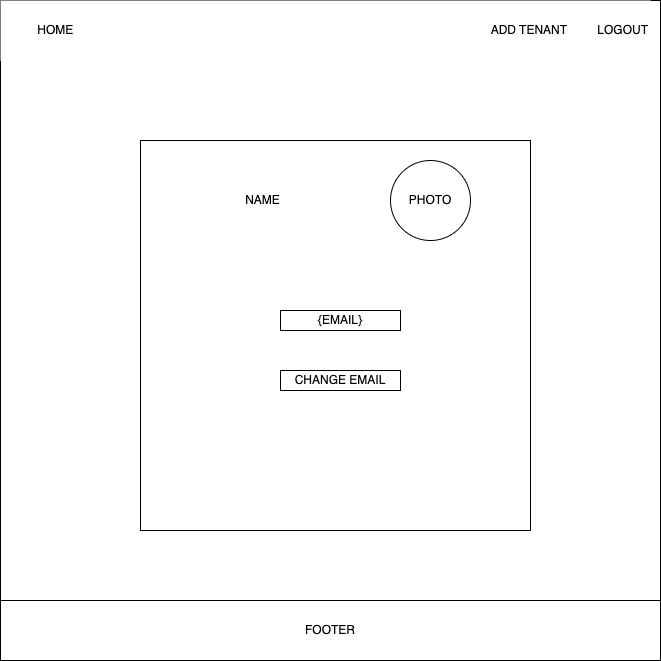
Earlier version of the draw.io export wireframes/profile.drawio.png (mHaines9219/ShelterHelper). Source tidied: cells renumbered, new cells last; positions are measured from the earlier drawing's top-left corner, leaving out a move shared by most shapes.
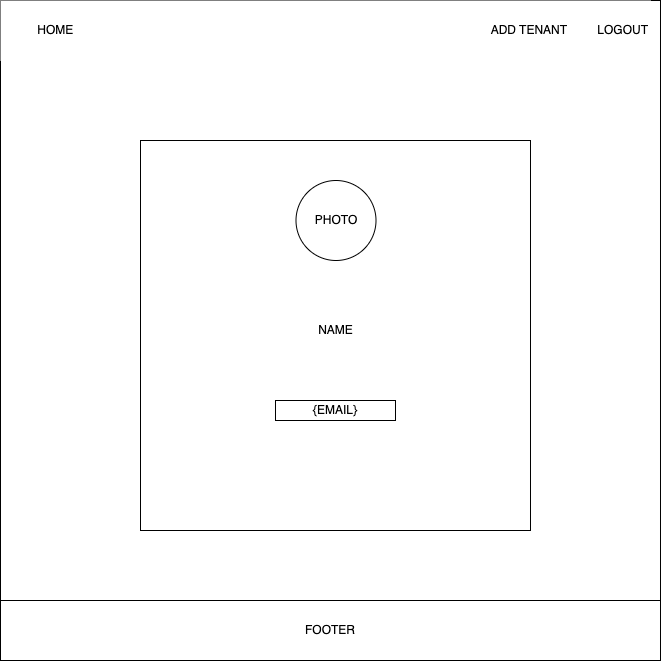
Above is the later version.

Diff of the diagram source:
```diff
@@ -15,16 +15,13 @@
       <mxGeometry x="140" y="140" width="390" height="390" as="geometry" />
     </mxCell>
     <mxCell id="6" value="NAME" style="rounded=1;whiteSpace=wrap;html=1;fillColor=none;strokeColor=none;" parent="1" vertex="1">
-      <mxGeometry x="110" y="170" width="305" height="60" as="geometry" />
+      <mxGeometry x="183" y="300" width="305" height="60" as="geometry" />
     </mxCell>
     <mxCell id="7" value="PHOTO" style="ellipse;whiteSpace=wrap;html=1;" parent="1" vertex="1">
-      <mxGeometry x="390" y="160" width="80" height="80" as="geometry" />
+      <mxGeometry x="295.5" y="180" width="80" height="80" as="geometry" />
     </mxCell>
     <mxCell id="8" value="{EMAIL}" style="rounded=0;whiteSpace=wrap;html=1;" parent="1" vertex="1">
-      <mxGeometry x="280" y="310" width="120" height="20" as="geometry" />
+      <mxGeometry x="275" y="400" width="120" height="20" as="geometry" />
     </mxCell>
-    <mxCell id="9" value="CHANGE EMAIL" style="rounded=0;whiteSpace=wrap;html=1;" parent="1" vertex="1">
-      <mxGeometry x="280" y="370" width="120" height="20" as="geometry" />
-    </mxCell>
   </root>
 </mxGraphModel>
```
